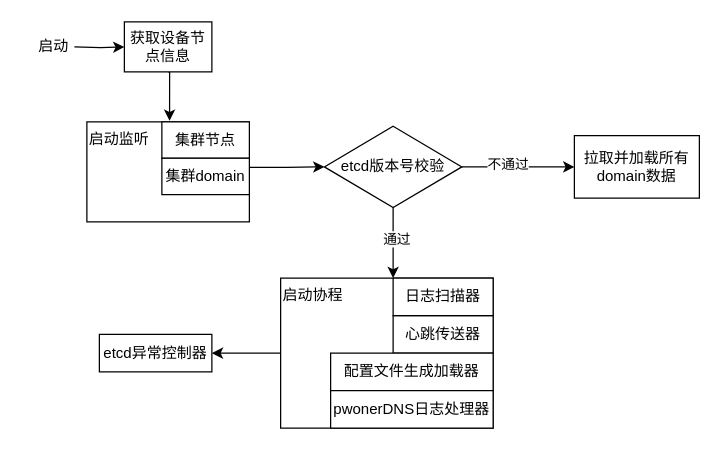
Above: agent.drawio in EricLi23/myitchat (draw.io), before the change. Source tidied: cells renumbered, new cells numbered last; positions are measured from the earlier drawing's top-left corner, leaving out a move shared by most shapes. Both pictures are drawn from the tidied source at 125%, with x=0, y=0 at pixel (21, 21).
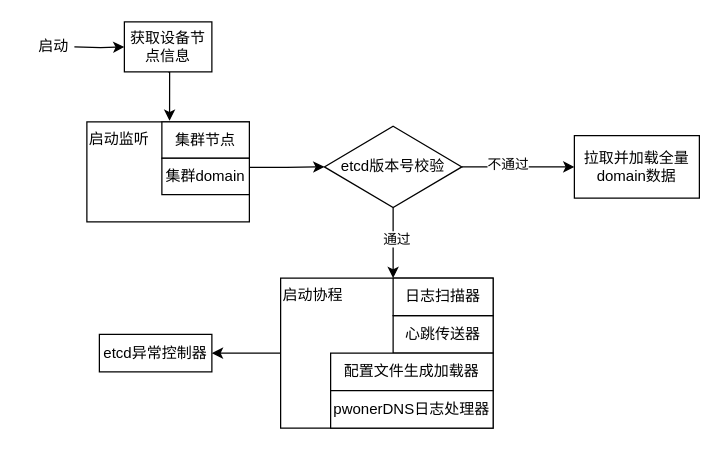
After the change.

The edit, as a diff of the source:
```diff
@@
-    <mxCell id="10" value="拉取并加载所有domain数据" style="whiteSpace=wrap;html=1;" parent="1" vertex="1">
+    <mxCell id="10" value="拉取并加载全量domain数据" style="whiteSpace=wrap;html=1;" parent="1" vertex="1">
       <mxGeometry x="442" y="91" width="100" height="50" as="geometry" />
     </mxCell>
```
